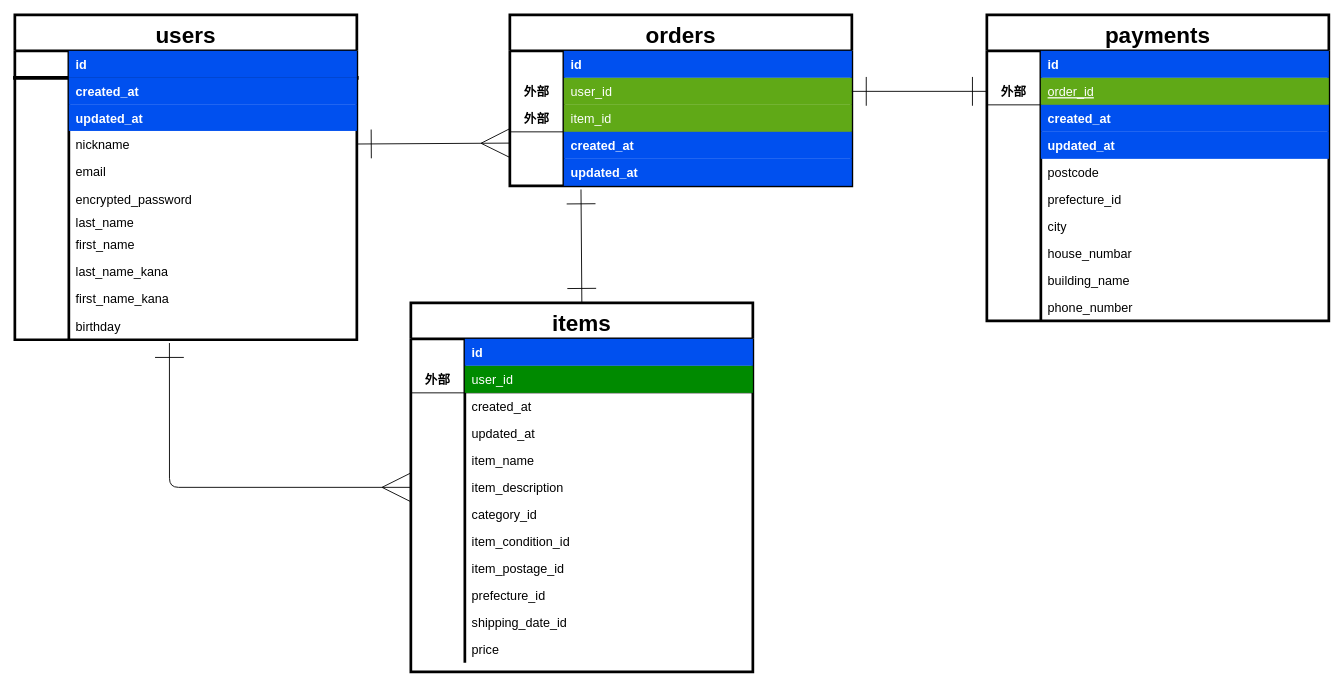
Above: ER.dio in OwadaBaku/furima-39290 (draw.io), before the change. Source tidied: cells renumbered, new cells numbered last; positions are measured from the earlier drawing's top-left corner, leaving out a move shared by most shapes. Both pictures are drawn from the tidied source at 90%, with x=0, y=0 at pixel (14, 14).
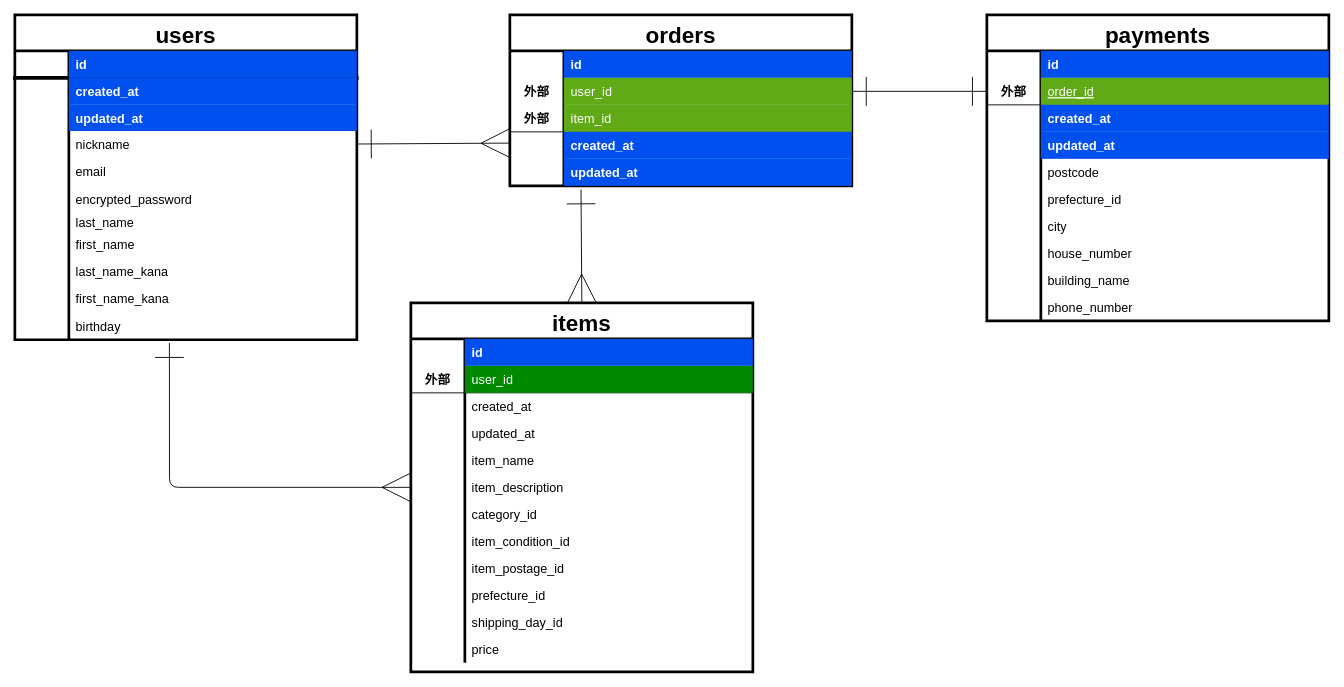
The same diagram, later.

Commit message (it also covers changes not shown here):
データベース設計3

The change refers to these unchanged cells:
```xml
<mxCell id="2" value="items" style="shape=table;startSize=40;childLayout=tableLayout;rowLines=0;fontStyle=1;align=center;rounded=0;fontSize=25;strokeWidth=3;swimlaneFillColor=none;perimeterSpacing=0;fillColor=none;" parent="1" vertex="1">
  <mxGeometry x="440" y="320" width="380" height="410" as="geometry" />
</mxCell>
<mxCell id="33" style="shape=partialRectangle;fillColor=none;top=0;left=0;bottom=0;right=0;" parent="2" vertex="1">
  <mxGeometry y="340" width="380" height="30" as="geometry" />
</mxCell>
<mxCell id="95" style="shape=partialRectangle;fillColor=none;top=0;left=0;bottom=0;right=0;" parent="73" vertex="1">
  <mxGeometry y="250" width="380" height="30" as="geometry" />
</mxCell>
<mxCell id="117" style="shape=partialRectangle;fillColor=none;top=0;left=0;bottom=0;right=0;points=[[0,0.5],[1,0.5]];portConstraint=eastwest;" parent="104" vertex="1">
  <mxGeometry y="160" width="380" height="30" as="geometry" />
</mxCell>
```

Change to the diagram source:
```diff
@@
-    <mxCell id="35" value="shipping_date_id" style="shape=partialRectangle;fillColor=none;top=0;left=0;bottom=0;right=0;align=left;spacingLeft=6;overflow=hidden;fontSize=14;" parent="33" vertex="1">
+    <mxCell id="35" value="shipping_day_id" style="shape=partialRectangle;fillColor=none;top=0;left=0;bottom=0;right=0;align=left;spacingLeft=6;overflow=hidden;fontSize=14;" parent="33" vertex="1">
       <mxGeometry x="60" width="320" height="30" as="geometry" />
     </mxCell>
@@
-    <mxCell id="97" value="house_numbar" style="shape=partialRectangle;fillColor=none;top=0;left=0;bottom=0;right=0;align=left;spacingLeft=6;overflow=hidden;fontSize=14;" parent="95" vertex="1">
+    <mxCell id="97" value="house_number" style="shape=partialRectangle;fillColor=none;top=0;left=0;bottom=0;right=0;align=left;spacingLeft=6;overflow=hidden;fontSize=14;" parent="95" vertex="1">
       <mxGeometry x="60" width="320" height="30" as="geometry" />
     </mxCell>
@@
-    <mxCell id="122" style="fontSize=12;html=1;endArrow=ERone;endFill=0;startSize=30;endSize=30;exitX=0.5;exitY=0;exitDx=0;exitDy=0;targetPerimeterSpacing=30;sourcePerimeterSpacing=30;startArrow=ERone;startFill=0;entryX=0.208;entryY=1.133;entryDx=0;entryDy=0;entryPerimeter=0;" parent="1" edge="1" source="2" target="117">
+    <mxCell id="122" style="fontSize=12;html=1;endArrow=ERone;endFill=0;startSize=30;endSize=30;exitX=0.5;exitY=0;exitDx=0;exitDy=0;targetPerimeterSpacing=30;sourcePerimeterSpacing=30;startArrow=ERmany;startFill=0;entryX=0.208;entryY=1.133;entryDx=0;entryDy=0;entryPerimeter=0;" parent="1" edge="1" source="2" target="117">
       <mxGeometry relative="1" as="geometry" />
     </mxCell>
```
